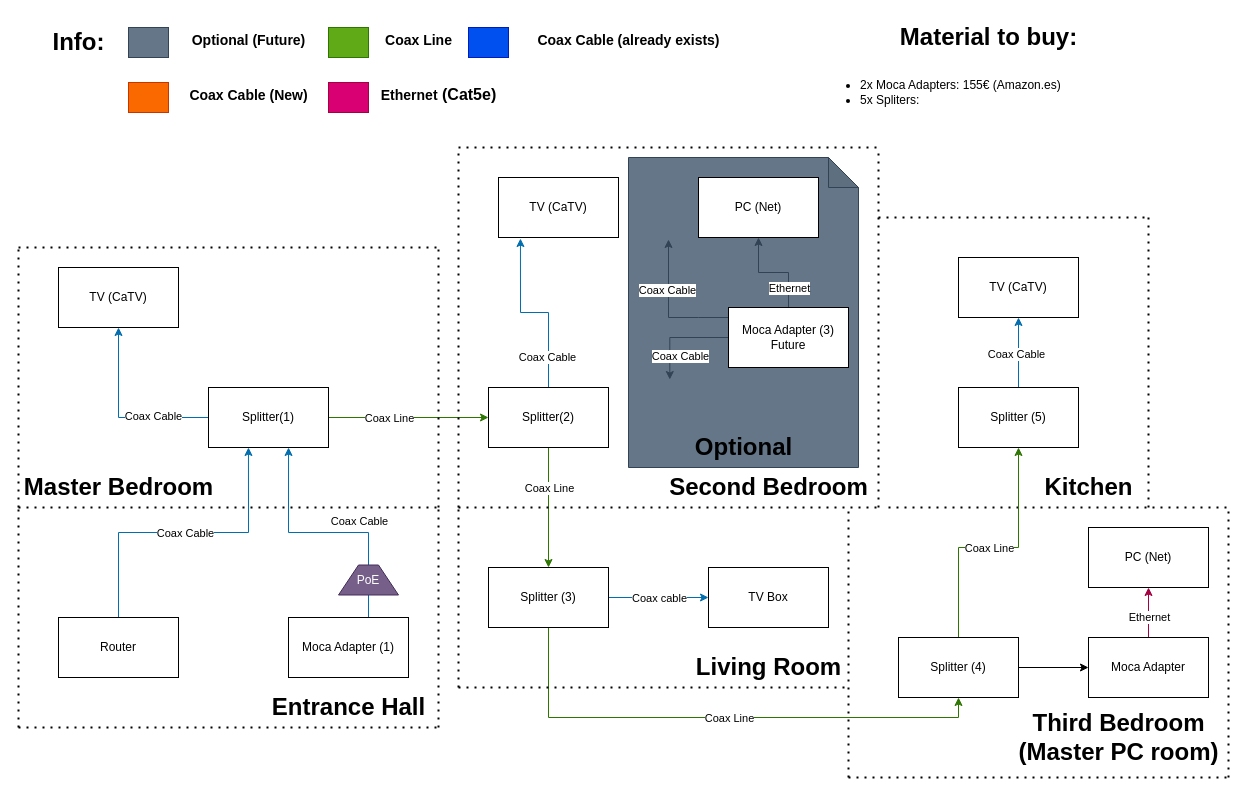
VoidTallica/HouseProjects keeps this draw.io diagram as Coax Ethernet Network.drawio. Above is the earlier version. Source tidied: cells renumbered, new cells numbered last; positions are measured from the earlier drawing's top-left corner, leaving out a move shared by most shapes. Both pictures are drawn from the tidied source at 100%, with x=0, y=0 at pixel (18, 17).
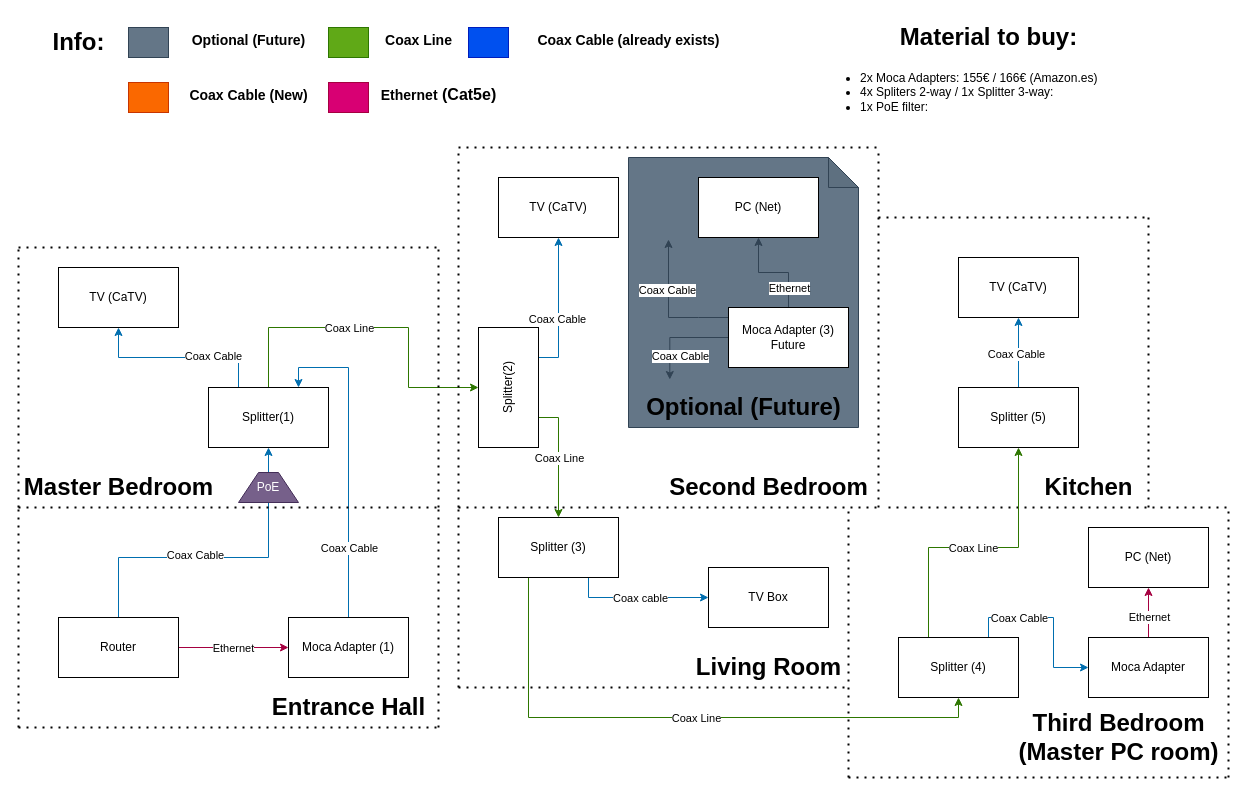
The same page after the edit.

Unchanged cells that the change refers to:
```xml
<mxCell id="5" value="Router" style="rounded=0;whiteSpace=wrap;html=1;" parent="1" vertex="1">
  <mxGeometry x="40" y="600" width="120" height="60" as="geometry" />
</mxCell>
<mxCell id="10" value="&lt;div&gt;Splitter(1)&lt;/div&gt;" style="rounded=0;whiteSpace=wrap;html=1;" parent="1" vertex="1">
  <mxGeometry x="190" y="370" width="120" height="60" as="geometry" />
</mxCell>
<mxCell id="13" value="Moca Adapter (1)" style="rounded=0;whiteSpace=wrap;html=1;" parent="1" vertex="1">
  <mxGeometry x="270" y="600" width="120" height="60" as="geometry" />
</mxCell>
<mxCell id="16" value="TV (CaTV)" style="rounded=0;whiteSpace=wrap;html=1;" parent="1" vertex="1">
  <mxGeometry x="40" y="250" width="120" height="60" as="geometry" />
</mxCell>
<mxCell id="17" value="TV (CaTV)" style="rounded=0;whiteSpace=wrap;html=1;" parent="1" vertex="1">
  <mxGeometry x="480" y="160" width="120" height="60" as="geometry" />
</mxCell>
<mxCell id="43" value="TV Box" style="rounded=0;whiteSpace=wrap;html=1;" parent="1" vertex="1">
  <mxGeometry x="690" y="550" width="120" height="60" as="geometry" />
</mxCell>
<mxCell id="56" value="Splitter (5)" style="rounded=0;whiteSpace=wrap;html=1;" parent="1" vertex="1">
  <mxGeometry x="940" y="370" width="120" height="60" as="geometry" />
</mxCell>
<mxCell id="64" value="Splitter (4)" style="rounded=0;whiteSpace=wrap;html=1;" parent="1" vertex="1">
  <mxGeometry x="880" y="620" width="120" height="60" as="geometry" />
</mxCell>
<mxCell id="68" value="Moca Adapter" style="rounded=0;whiteSpace=wrap;html=1;" parent="1" vertex="1">
  <mxGeometry x="1070" y="620" width="120" height="60" as="geometry" />
</mxCell>
```

The edit, as a diff of the source:
```diff
@@
     <mxCell id="2" style="shape=note;whiteSpace=wrap;html=1;backgroundOutline=1;darkOpacity=0.05;fillColor=#647687;fontColor=#ffffff;strokeColor=#314354;" parent="1" vertex="1">
-      <mxGeometry x="610" y="140" width="230" height="310" as="geometry" />
+      <mxGeometry x="610" y="140" width="230" height="270" as="geometry" />
     </mxCell>
+    <mxCell id="87" style="edgeStyle=orthogonalEdgeStyle;rounded=0;jettySize=auto;html=1;entryX=0;entryY=0.5;entryDx=0;entryDy=0;fillColor=#d80073;strokeColor=#A50040;" parent="1" edge="1" source="5" target="13">
+      <mxGeometry relative="1" as="geometry" />
+    </mxCell>
+    <mxCell id="88" value="Ethernet" style="edgeLabel;html=1;align=center;verticalAlign=middle;" parent="87" vertex="1">
+      <mxGeometry x="-0.02" relative="1" as="geometry" />
+    </mxCell>
-    <mxCell id="3" style="edgeStyle=orthogonalEdgeStyle;rounded=0;jettySize=auto;html=1;exitX=0.5;exitY=0;exitDx=0;exitDy=0;entryX=0.333;entryY=1;entryDx=0;entryDy=0;entryPerimeter=0;fillColor=#1ba1e2;strokeColor=#006EAF;" parent="1" edge="1" source="5" target="10">
-      <mxGeometry relative="1" as="geometry" />
+    <mxCell id="3" style="edgeStyle=orthogonalEdgeStyle;rounded=0;jettySize=auto;html=1;entryX=0.5;entryY=1;entryDx=0;entryDy=0;fillColor=#1ba1e2;strokeColor=#006EAF;" parent="1" edge="1" source="5" target="10">
+      <mxGeometry relative="1" as="geometry">
+        <Array as="points">
+          <mxPoint x="100" y="540" />
+          <mxPoint x="250" y="540" />
+        </Array>
+      </mxGeometry>
     </mxCell>
-    <mxCell id="4" value="Coax Cable" style="edgeLabel;html=1;align=center;verticalAlign=middle;" parent="3" vertex="1">
-      <mxGeometry x="0.02" y="-2" relative="1" as="geometry">
-        <mxPoint x="-2" y="-2" as="offset" />
-      </mxGeometry>
-    </mxCell>
+    <mxCell id="89" value="Coax Cable" style="edgeLabel;html=1;align=center;verticalAlign=middle;" parent="3" vertex="1">
+      <mxGeometry x="-0.15" y="3" relative="1" as="geometry" />
+    </mxCell>
@@
-    <mxCell id="6" style="edgeStyle=orthogonalEdgeStyle;rounded=0;jettySize=auto;html=1;entryX=0.5;entryY=1;entryDx=0;entryDy=0;fillColor=#1ba1e2;strokeColor=#006EAF;" parent="1" edge="1" source="10" target="16">
+    <mxCell id="6" style="edgeStyle=orthogonalEdgeStyle;rounded=0;jettySize=auto;html=1;entryX=0.5;entryY=1;entryDx=0;entryDy=0;fillColor=#1ba1e2;strokeColor=#006EAF;exitX=0.25;exitY=0;exitDx=0;exitDy=0;" parent="1" edge="1" source="10" target="16">
       <mxGeometry relative="1" as="geometry" />
     </mxCell>
@@
-    <mxCell id="8" style="edgeStyle=orthogonalEdgeStyle;rounded=0;jettySize=auto;html=1;entryX=0;entryY=0.5;entryDx=0;entryDy=0;fillColor=#60a917;strokeColor=#2D7600;" parent="1" edge="1" source="10" target="30">
-      <mxGeometry relative="1" as="geometry" />
+    <mxCell id="8" style="edgeStyle=orthogonalEdgeStyle;rounded=0;jettySize=auto;html=1;entryX=0.5;entryY=0;entryDx=0;entryDy=0;fillColor=#60a917;strokeColor=#2D7600;exitX=0.5;exitY=0;exitDx=0;exitDy=0;" parent="1" edge="1" source="10" target="30">
+      <mxGeometry relative="1" as="geometry">
+        <Array as="points">
+          <mxPoint x="250" y="310" />
+          <mxPoint x="390" y="310" />
+          <mxPoint x="390" y="370" />
+        </Array>
+      </mxGeometry>
     </mxCell>
@@
-    <mxCell id="11" style="edgeStyle=orthogonalEdgeStyle;rounded=0;jettySize=auto;html=1;entryX=0.667;entryY=1;entryDx=0;entryDy=0;entryPerimeter=0;fillColor=#1ba1e2;strokeColor=#006EAF;" parent="1" edge="1" source="13" target="10">
-      <mxGeometry relative="1" as="geometry">
-        <Array as="points">
-          <mxPoint x="350" y="515" />
-          <mxPoint x="270" y="515" />
-        </Array>
-      </mxGeometry>
+    <mxCell id="11" style="edgeStyle=orthogonalEdgeStyle;rounded=0;jettySize=auto;html=1;entryX=0.75;entryY=0;entryDx=0;entryDy=0;fillColor=#1ba1e2;strokeColor=#006EAF;" parent="1" edge="1" source="13" target="10">
+      <mxGeometry relative="1" as="geometry" />
     </mxCell>
-    <mxCell id="12" value="Coax Cable" style="edgeLabel;html=1;align=center;verticalAlign=middle;" parent="11" vertex="1">
-      <mxGeometry x="-0.04" y="3" relative="1" as="geometry">
-        <mxPoint x="25" y="-15" as="offset" />
-      </mxGeometry>
-    </mxCell>
+    <mxCell id="90" value="Coax Cable" style="edgeLabel;html=1;align=center;verticalAlign=middle;" parent="11" vertex="1">
+      <mxGeometry x="0.05" y="-1" relative="1" as="geometry">
+        <mxPoint x="-1" y="98" as="offset" />
+      </mxGeometry>
+    </mxCell>
@@
-    <mxCell id="26" style="edgeStyle=orthogonalEdgeStyle;rounded=0;jettySize=auto;html=1;entryX=0.5;entryY=0;entryDx=0;entryDy=0;fillColor=#60a917;strokeColor=#2D7600;" parent="1" edge="1" source="30" target="42">
+    <mxCell id="26" style="edgeStyle=orthogonalEdgeStyle;rounded=0;jettySize=auto;html=1;entryX=0.5;entryY=0;entryDx=0;entryDy=0;fillColor=#60a917;strokeColor=#2D7600;exitX=0.25;exitY=1;exitDx=0;exitDy=0;" parent="1" edge="1" source="30" target="42">
       <mxGeometry relative="1" as="geometry" />
     </mxCell>
     <mxCell id="27" value="Coax Line" style="edgeLabel;html=1;align=center;verticalAlign=middle;" parent="26" vertex="1">
       <mxGeometry x="-0.52" y="-3" relative="1" as="geometry">
-        <mxPoint x="3" y="11" as="offset" />
+        <mxPoint x="3" y="31" as="offset" />
       </mxGeometry>
     </mxCell>
-    <mxCell id="28" style="edgeStyle=orthogonalEdgeStyle;rounded=0;jettySize=auto;html=1;entryX=0.183;entryY=1.017;entryDx=0;entryDy=0;entryPerimeter=0;fillColor=#1ba1e2;strokeColor=#006EAF;" parent="1" edge="1" source="30" target="17">
+    <mxCell id="28" style="edgeStyle=orthogonalEdgeStyle;rounded=0;jettySize=auto;html=1;entryX=0.5;entryY=1;entryDx=0;entryDy=0;fillColor=#1ba1e2;strokeColor=#006EAF;exitX=0.75;exitY=1;exitDx=0;exitDy=0;" parent="1" edge="1" source="30" target="17">
       <mxGeometry relative="1" as="geometry" />
     </mxCell>
     <mxCell id="29" value="Coax Cable" style="edgeLabel;html=1;align=center;verticalAlign=middle;" parent="28" vertex="1">
-      <mxGeometry x="-0.65" y="2" relative="1" as="geometry" />
+      <mxGeometry x="-0.65" y="2" relative="1" as="geometry">
+        <mxPoint y="-34" as="offset" />
+      </mxGeometry>
     </mxCell>
-    <mxCell id="30" value="Splitter(2)" style="rounded=0;whiteSpace=wrap;html=1;" parent="1" vertex="1">
-      <mxGeometry x="470" y="370" width="120" height="60" as="geometry" />
+    <mxCell id="30" value="Splitter(2)" style="rounded=0;whiteSpace=wrap;html=1;rotation=-90;" parent="1" vertex="1">
+      <mxGeometry x="430" y="340" width="120" height="60" as="geometry" />
     </mxCell>
@@
-    <mxCell id="38" style="edgeStyle=orthogonalEdgeStyle;rounded=0;jettySize=auto;html=1;entryX=0;entryY=0.5;entryDx=0;entryDy=0;fillColor=#1ba1e2;strokeColor=#006EAF;" parent="1" edge="1" source="42" target="43">
+    <mxCell id="38" style="edgeStyle=orthogonalEdgeStyle;rounded=0;jettySize=auto;html=1;entryX=0;entryY=0.5;entryDx=0;entryDy=0;fillColor=#1ba1e2;strokeColor=#006EAF;exitX=0.75;exitY=1;exitDx=0;exitDy=0;" parent="1" edge="1" source="42" target="43">
       <mxGeometry relative="1" as="geometry" />
     </mxCell>
@@
-    <mxCell id="40" style="edgeStyle=orthogonalEdgeStyle;rounded=0;jettySize=auto;html=1;entryX=0.5;entryY=1;entryDx=0;entryDy=0;fillColor=#60a917;strokeColor=#2D7600;" parent="1" edge="1" source="42" target="64">
+    <mxCell id="40" style="edgeStyle=orthogonalEdgeStyle;rounded=0;jettySize=auto;html=1;entryX=0.5;entryY=1;entryDx=0;entryDy=0;fillColor=#60a917;strokeColor=#2D7600;exitX=0.25;exitY=1;exitDx=0;exitDy=0;" parent="1" edge="1" source="42" target="64">
       <mxGeometry relative="1" as="geometry">
         <Array as="points">
-          <mxPoint x="530" y="700" />
+          <mxPoint x="510" y="700" />
           <mxPoint x="940" y="700" />
         </Array>
       </mxGeometry>
     </mxCell>
@@
     <mxCell id="42" value="Splitter (3)" style="rounded=0;whiteSpace=wrap;html=1;" parent="1" vertex="1">
-      <mxGeometry x="470" y="550" width="120" height="60" as="geometry" />
+      <mxGeometry x="480" y="500" width="120" height="60" as="geometry" />
     </mxCell>
@@
-    <mxCell id="61" style="edgeStyle=orthogonalEdgeStyle;rounded=0;jettySize=auto;html=1;entryX=0;entryY=0.5;entryDx=0;entryDy=0;" parent="1" edge="1" source="64" target="68">
+    <mxCell id="61" style="edgeStyle=orthogonalEdgeStyle;rounded=0;jettySize=auto;html=1;entryX=0;entryY=0.5;entryDx=0;entryDy=0;exitX=0.75;exitY=0;exitDx=0;exitDy=0;fillColor=#1ba1e2;strokeColor=#006EAF;" parent="1" edge="1" source="64" target="68">
       <mxGeometry relative="1" as="geometry" />
     </mxCell>
+    <mxCell id="91" value="Coax Cable" style="edgeLabel;html=1;align=center;verticalAlign=middle;" parent="61" vertex="1">
+      <mxGeometry x="-0.33" relative="1" as="geometry">
+        <mxPoint x="-7" as="offset" />
+      </mxGeometry>
+    </mxCell>
-    <mxCell id="62" style="edgeStyle=orthogonalEdgeStyle;rounded=0;jettySize=auto;html=1;entryX=0.5;entryY=1;entryDx=0;entryDy=0;fillColor=#60a917;strokeColor=#2D7600;" parent="1" edge="1" source="64" target="56">
+    <mxCell id="62" style="edgeStyle=orthogonalEdgeStyle;rounded=0;jettySize=auto;html=1;entryX=0.5;entryY=1;entryDx=0;entryDy=0;fillColor=#60a917;strokeColor=#2D7600;exitX=0.25;exitY=0;exitDx=0;exitDy=0;" parent="1" edge="1" source="64" target="56">
       <mxGeometry relative="1" as="geometry">
         <Array as="points">
-          <mxPoint x="940" y="530" />
+          <mxPoint x="910" y="530" />
           <mxPoint x="1000" y="530" />
         </Array>
       </mxGeometry>
     </mxCell>
@@
-    <mxCell id="82" value="&lt;ul&gt;&lt;li&gt;2x Moca Adapters: 155€ (Amazon.es)&lt;br&gt;&lt;/li&gt;&lt;li&gt;5x Spliters: &lt;br&gt;&lt;/li&gt;&lt;/ul&gt;" style="text;strokeColor=none;fillColor=none;html=1;whiteSpace=wrap;verticalAlign=middle;overflow=hidden;" parent="1" vertex="1">
+    <mxCell id="82" value="&lt;ul&gt;&lt;li&gt;2x Moca Adapters: 155€ / 166€ (Amazon.es)&lt;br&gt;&lt;/li&gt;&lt;li&gt;4x Spliters 2-way / 1x Splitter 3-way: &lt;br&gt;&lt;/li&gt;&lt;li&gt;1x PoE filter:&amp;nbsp;&lt;/li&gt;&lt;/ul&gt;" style="text;strokeColor=none;fillColor=none;html=1;whiteSpace=wrap;verticalAlign=middle;overflow=hidden;" parent="1" vertex="1">
       <mxGeometry x="800" y="35" width="410" height="80" as="geometry" />
     </mxCell>
@@
-    <mxCell id="85" value="Optional" style="text;strokeColor=none;fillColor=none;html=1;fontSize=24;fontStyle=1;verticalAlign=middle;align=center;" parent="1" vertex="1">
-      <mxGeometry x="675" y="410" width="100" height="40" as="geometry" />
+    <mxCell id="85" value="Optional (Future)" style="text;strokeColor=none;fillColor=none;html=1;fontSize=24;fontStyle=1;verticalAlign=middle;align=center;" parent="1" vertex="1">
+      <mxGeometry x="675" y="370" width="100" height="40" as="geometry" />
     </mxCell>
     <mxCell id="86" value="PoE" style="shape=trapezoid;perimeter=trapezoidPerimeter;whiteSpace=wrap;html=1;fixedSize=1;fillColor=#76608a;fontColor=#ffffff;strokeColor=#432D57;" parent="1" vertex="1">
-      <mxGeometry x="320" y="547.5" width="60" height="30" as="geometry" />
+      <mxGeometry x="220" y="455" width="60" height="30" as="geometry" />
     </mxCell>
```
